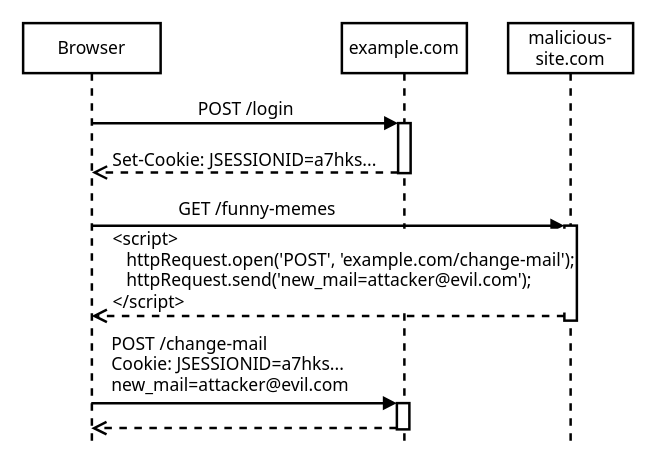
Earlier version of the draw.io diagram content/articles/2021/cross-site-request-forgery-csrf-xsrf-protection-in-quarkus/csrf-attack.drawio (marcelkliemannel/marcelkliemannel.com). Source tidied: cells renumbered, new cells numbered last; positions are measured from the earlier drawing's top-left corner, leaving out a move shared by most shapes. Both pictures are drawn from the tidied source at 125%, with x=0, y=0 at pixel (22, 22).
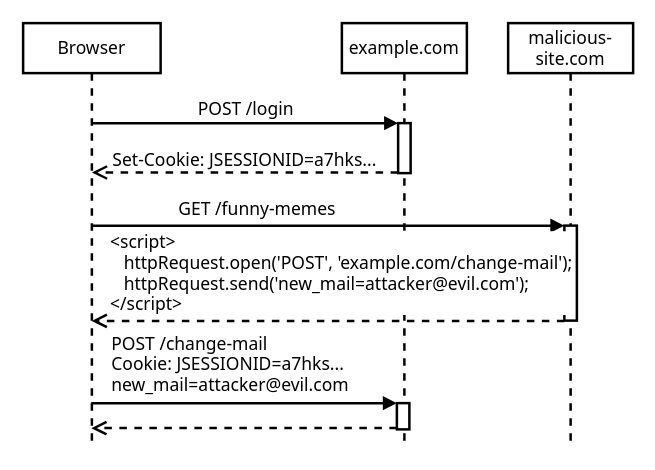
After the change.

The edit, as a diff of the source:
```diff
@@
 <mxGraphModel>
   <root>
     <mxCell id="0" />
     <mxCell id="1" parent="0" />
     <mxCell id="2" value="Browser" style="shape=umlLifeline;perimeter=lifelinePerimeter;whiteSpace=wrap;html=1;outlineConnect=0;labelBackgroundColor=none;fontSize=14;fontFamily=Tahoma;strokeWidth=2;" parent="1" vertex="1">
       <mxGeometry width="110" height="340" as="geometry" />
     </mxCell>
     <mxCell id="3" value="example.com" style="shape=umlLifeline;perimeter=lifelinePerimeter;whiteSpace=wrap;html=1;fontSize=14;fontFamily=Tahoma;strokeWidth=2;" parent="1" vertex="1">
       <mxGeometry x="255" width="100" height="340" as="geometry" />
     </mxCell>
     <mxCell id="4" style="html=1;points=[];perimeter=orthogonalPerimeter;fontSize=14;fontFamily=Tahoma;strokeWidth=2;" parent="3" vertex="1">
       <mxGeometry x="45" y="80" width="10" height="40" as="geometry" />
     </mxCell>
     <mxCell id="5" style="html=1;points=[];perimeter=orthogonalPerimeter;fontSize=14;fontFamily=Tahoma;strokeWidth=2;" parent="3" vertex="1">
       <mxGeometry x="44" y="304" width="10" height="21" as="geometry" />
     </mxCell>
     <mxCell id="6" value="malicious-site.com" style="shape=umlLifeline;perimeter=lifelinePerimeter;whiteSpace=wrap;html=1;fontSize=14;fontFamily=Tahoma;strokeWidth=2;" parent="1" vertex="1">
       <mxGeometry x="388" width="100" height="340" as="geometry" />
     </mxCell>
     <mxCell id="7" style="html=1;points=[];perimeter=orthogonalPerimeter;fontSize=14;fontFamily=Tahoma;strokeWidth=2;" parent="6" vertex="1">
       <mxGeometry x="45" y="162" width="10" height="76" as="geometry" />
     </mxCell>
     <mxCell id="8" value="POST /login" style="html=1;verticalAlign=bottom;endArrow=block;entryX=0;entryY=0;fontSize=14;fontFamily=Tahoma;strokeWidth=2;" parent="1" edge="1" source="2" target="4">
       <mxGeometry relative="1" as="geometry" />
     </mxCell>
     <mxCell id="9" value="&lt;p style=&quot;line-height: 100%&quot;&gt;Set-Cookie: JSESSIONID=a7hks...&lt;/p&gt;" style="html=1;verticalAlign=middle;endArrow=open;dashed=1;endSize=8;exitX=0;exitY=0.95;labelBackgroundColor=none;fontSize=14;fontFamily=Tahoma;strokeWidth=2;spacingTop=0;align=center;horizontal=1;" parent="1" edge="1">
       <mxGeometry y="-11" relative="1" as="geometry">
         <mxPoint x="300" y="119.5" as="sourcePoint" />
         <mxPoint x="55" y="119.5" as="targetPoint" />
       </mxGeometry>
     </mxCell>
     <mxCell id="10" value="&lt;p style=&quot;line-height: 0%&quot;&gt;GET /funny-memes&lt;/p&gt;" style="html=1;verticalAlign=middle;endArrow=block;entryX=0;entryY=0;fontSize=14;fontFamily=Tahoma;strokeWidth=2;labelBackgroundColor=none;" parent="1" edge="1" target="7">
       <mxGeometry x="-0.3" y="14" relative="1" as="geometry">
         <mxPoint x="54.8" y="162" as="sourcePoint" />
       </mxGeometry>
     </mxCell>
-    <mxCell id="11" value="&amp;lt;script&amp;gt;&lt;br style=&quot;font-size: 14px&quot;&gt;&amp;nbsp; &amp;nbsp;httpRequest.open('POST', 'example.com/change-mail');&lt;br style=&quot;font-size: 14px&quot;&gt;&amp;nbsp; &amp;nbsp;httpRequest.send('new_mail=attacker@evil.com');&lt;br style=&quot;font-size: 14px&quot;&gt;&amp;lt;/script&amp;gt;" style="html=1;verticalAlign=bottom;endArrow=open;dashed=1;endSize=8;exitX=0;exitY=0.95;align=left;labelBackgroundColor=default;fontSize=14;fontFamily=Tahoma;strokeWidth=2;" parent="1" edge="1" source="7">
-      <mxGeometry x="0.92" relative="1" as="geometry">
-        <mxPoint x="54.8" y="234.2" as="targetPoint" />
+    <mxCell id="11" value="&amp;lt;script&amp;gt;&lt;br style=&quot;font-size: 14px&quot;&gt;&amp;nbsp; &amp;nbsp;httpRequest.open('POST', 'example.com/change-mail');&lt;br style=&quot;font-size: 14px&quot;&gt;&amp;nbsp; &amp;nbsp;httpRequest.send('new_mail=attacker@evil.com');&lt;br style=&quot;font-size: 14px&quot;&gt;&amp;lt;/script&amp;gt;" style="html=1;verticalAlign=middle;endArrow=open;dashed=1;endSize=8;exitX=0;exitY=0.95;align=left;labelBackgroundColor=#ffffff;fontSize=14;fontFamily=Tahoma;strokeWidth=2;" parent="1" edge="1">
+      <mxGeometry x="0.93" y="-38" relative="1" as="geometry">
+        <mxPoint x="433" y="238.2" as="sourcePoint" />
+        <mxPoint x="54.8" y="238.2" as="targetPoint" />
       </mxGeometry>
     </mxCell>
     <mxCell id="12" value="&lt;p style=&quot;line-height: 120%&quot;&gt;POST /change-mail&lt;br style=&quot;font-size: 14px&quot;&gt;Cookie: JSESSIONID=&lt;span style=&quot;text-align: center&quot;&gt;a7hks&lt;/span&gt;...&lt;br style=&quot;font-size: 14px&quot;&gt;&lt;span style=&quot;font-size: 14px&quot;&gt;new_mail=attacker@evil.com&lt;/span&gt;&lt;/p&gt;" style="html=1;verticalAlign=bottom;endArrow=block;entryX=0;entryY=0;align=left;labelBackgroundColor=none;fontSize=14;fontFamily=Tahoma;strokeWidth=2;" parent="1" edge="1" target="5">
       <mxGeometry x="-0.89" y="-10" relative="1" as="geometry">
         <mxPoint x="54.5" y="304" as="sourcePoint" />
         <mxPoint x="1" y="1" as="offset" />
       </mxGeometry>
     </mxCell>
     <mxCell id="13" style="html=1;verticalAlign=bottom;endArrow=open;dashed=1;endSize=8;exitX=0;exitY=0.95;fontSize=14;fontFamily=Tahoma;strokeWidth=2;" parent="1" edge="1" source="5">
       <mxGeometry relative="1" as="geometry">
         <mxPoint x="54.5" y="324" as="targetPoint" />
       </mxGeometry>
     </mxCell>
   </root>
 </mxGraphModel>
```
